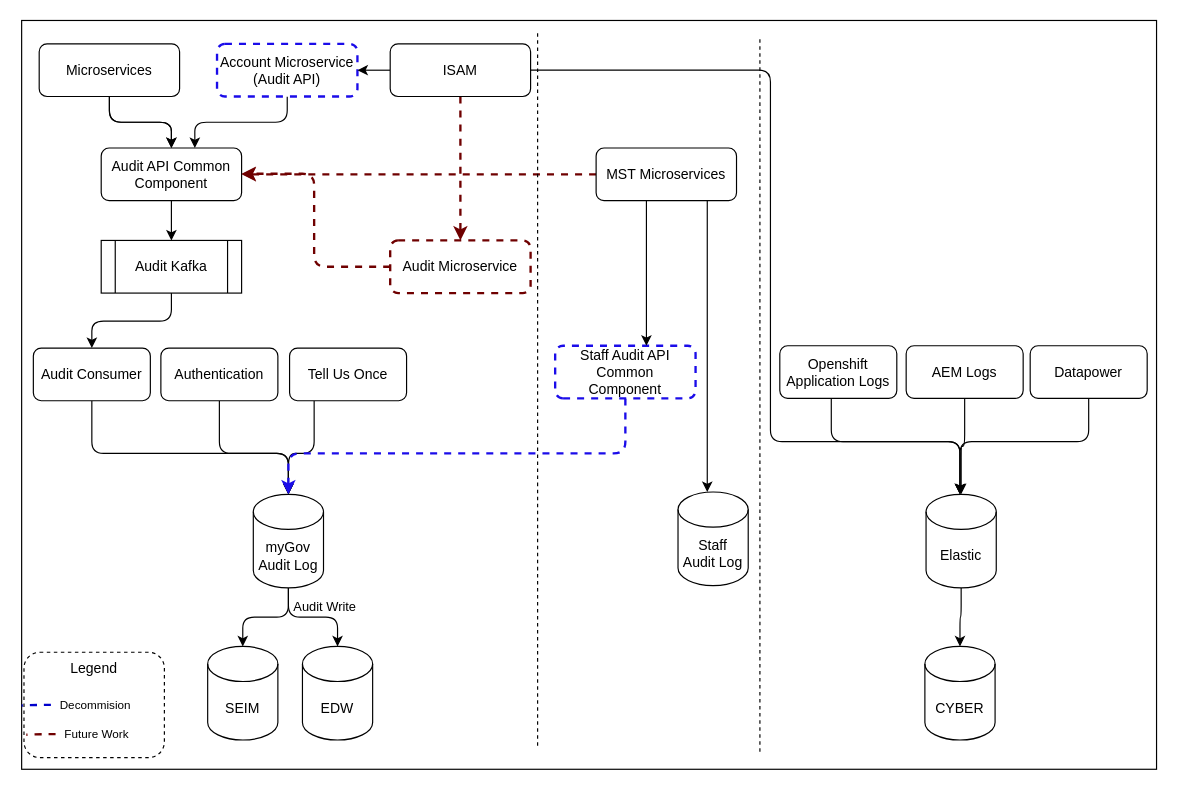
The draw.io diagram temp/mygov-auditlog-diagrams.drawio in ramchalluri/temp-repo, before the edit. Source tidied: cells renumbered, new cells numbered last; positions are measured from the earlier drawing's top-left corner, leaving out a move shared by most shapes. Both pictures are drawn from the tidied source at 117%, with x=0, y=0 at pixel (21, 20).
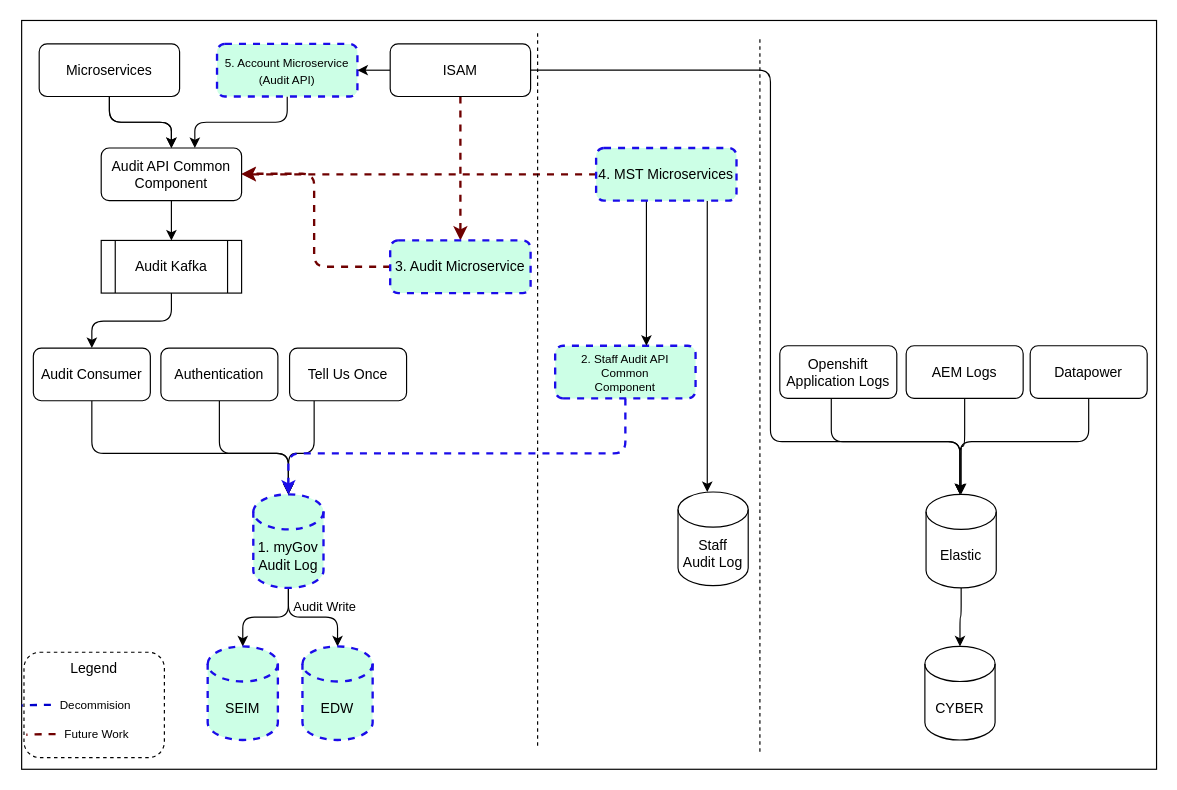
After the change.

Diff of the diagram source:
```diff
@@
-    <mxCell id="2" style="rounded=0;whiteSpace=wrap;html=1;" parent="1" vertex="1">
+    <mxCell id="2" style="rounded=0;whiteSpace=wrap;html=1;fontSize=10;" parent="1" vertex="1">
       <mxGeometry width="970" height="640" as="geometry" />
     </mxCell>
@@
-    <mxCell id="5" value="Account Microservice&lt;br&gt;(Audit API)" style="rounded=1;whiteSpace=wrap;html=1;strokeColor=#1b0ce9;dashed=1;strokeWidth=2;" parent="1" vertex="1">
+    <mxCell id="5" value="&lt;font style=&quot;font-size: 10px;&quot;&gt;5. Account Microservice&lt;br&gt;(Audit API)&lt;/font&gt;" style="rounded=1;whiteSpace=wrap;html=1;strokeColor=#1b0ce9;dashed=1;strokeWidth=2;fillStyle=solid;fillColor=#CCFFE6;fontColor=#000000;" parent="1" vertex="1">
       <mxGeometry x="167" y="20" width="120" height="45" as="geometry" />
     </mxCell>
@@
-    <mxCell id="11" value="myGov Audit Log" style="shape=cylinder3;whiteSpace=wrap;html=1;boundedLbl=1;backgroundOutline=1;size=15;" parent="1" vertex="1">
+    <mxCell id="11" value="1. myGov Audit Log" style="shape=cylinder3;whiteSpace=wrap;html=1;boundedLbl=1;backgroundOutline=1;size=15;fillColor=#CCFFE6;strokeColor=#1b0ce9;fontColor=#000000;rounded=1;strokeWidth=2;dashed=1;fillStyle=solid;" parent="1" vertex="1">
       <mxGeometry x="198" y="405" width="60" height="80" as="geometry" />
     </mxCell>
@@
-    <mxCell id="23" value="Staff Audit API Common &lt;br&gt;Component" style="rounded=1;whiteSpace=wrap;html=1;flipH=0;flipV=1;strokeColor=#1b0ce9;dashed=1;strokeWidth=2;" parent="1" vertex="1">
+    <mxCell id="23" value="2. Staff Audit API Common &lt;br style=&quot;font-size: 10px;&quot;&gt;Component" style="rounded=1;whiteSpace=wrap;html=1;flipH=0;flipV=1;strokeColor=#1b0ce9;dashed=1;strokeWidth=2;fillColor=#CCFFE6;fontColor=#000000;fillStyle=solid;fontSize=10;" parent="1" vertex="1">
       <mxGeometry x="456" y="278" width="120" height="45" as="geometry" />
     </mxCell>
@@
-    <mxCell id="27" value="MST Microservices" style="rounded=1;whiteSpace=wrap;html=1;" parent="1" vertex="1">
+    <mxCell id="27" value="4. MST Microservices" style="rounded=1;whiteSpace=wrap;html=1;fillColor=#CCFFE6;strokeColor=#1b0ce9;fontColor=#000000;strokeWidth=2;dashed=1;fillStyle=solid;" parent="1" vertex="1">
       <mxGeometry x="491" y="109" width="120" height="45" as="geometry" />
     </mxCell>
@@
-    <mxCell id="33" value="SEIM" style="shape=cylinder3;whiteSpace=wrap;html=1;boundedLbl=1;backgroundOutline=1;size=15;" parent="1" vertex="1">
+    <mxCell id="33" value="SEIM" style="shape=cylinder3;whiteSpace=wrap;html=1;boundedLbl=1;backgroundOutline=1;size=15;fillColor=#CCFFE6;strokeColor=#1b0ce9;fontColor=#000000;rounded=1;strokeWidth=2;dashed=1;fillStyle=solid;" parent="1" vertex="1">
       <mxGeometry x="159" y="535" width="60" height="80" as="geometry" />
     </mxCell>
-    <mxCell id="34" value="EDW" style="shape=cylinder3;whiteSpace=wrap;html=1;boundedLbl=1;backgroundOutline=1;size=15;" parent="1" vertex="1">
+    <mxCell id="34" value="EDW" style="shape=cylinder3;whiteSpace=wrap;html=1;boundedLbl=1;backgroundOutline=1;size=15;fillColor=#CCFFE6;strokeColor=#1b0ce9;fontColor=#000000;rounded=1;strokeWidth=2;dashed=1;fillStyle=solid;" parent="1" vertex="1">
       <mxGeometry x="240" y="535" width="60" height="80" as="geometry" />
     </mxCell>
@@
-    <mxCell id="47" value="Audit Microservice" style="rounded=1;whiteSpace=wrap;html=1;fillColor=default;fontColor=default;strokeColor=#6f0000;strokeWidth=2;dashed=1;" parent="1" vertex="1">
+    <mxCell id="47" value="3. Audit Microservice" style="rounded=1;whiteSpace=wrap;html=1;fillColor=#CCFFE6;fontColor=#000000;strokeColor=#1b0ce9;strokeWidth=2;dashed=1;fillStyle=solid;fontSize=12;" parent="1" vertex="1">
       <mxGeometry x="315" y="188" width="120" height="45" as="geometry" />
     </mxCell>
```
